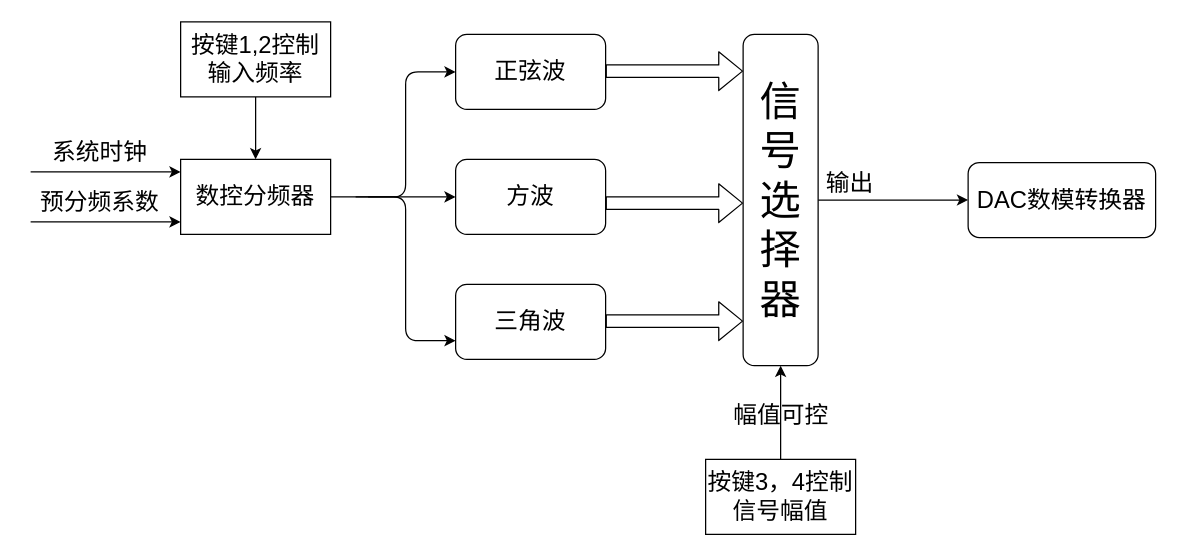
Above: 多功能信号发生器.drawio in 1668447214/flow_chart (draw.io), before the change. Source tidied: cells renumbered, new cells numbered last; positions are measured from the earlier drawing's top-left corner, leaving out a move shared by most shapes. Both pictures are drawn from the tidied source at 125%, with x=0, y=0 at pixel (30, 21).
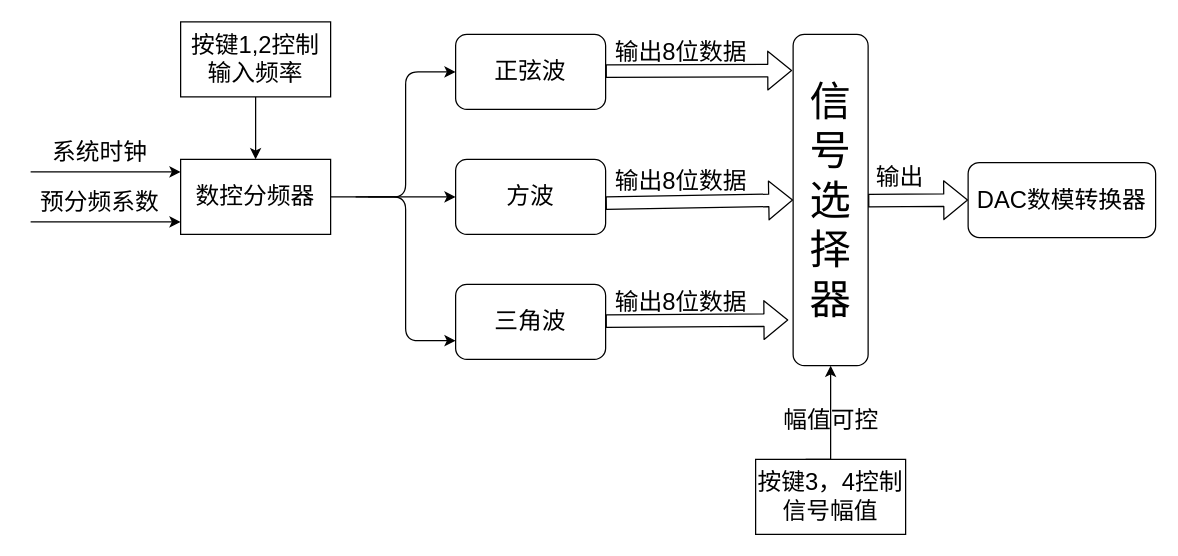
The same page after the edit.

Commit message (it also covers changes not shown here):
更新多功能信号发生器.drawio

Unchanged cells that the change refers to:
```xml
<mxCell id="19" value="DAC数模转换器" style="rounded=1;whiteSpace=wrap;html=1;fontSize=19;strokeWidth=1;" parent="1" vertex="1">
  <mxGeometry x="750" y="112.5" width="150" height="60" as="geometry" />
</mxCell>
```

The edit, as a diff of the source:
```diff
@@
-    <mxCell id="10" style="edgeStyle=orthogonalEdgeStyle;rounded=0;jettySize=auto;html=1;fontSize=19;strokeWidth=1;" parent="1" edge="1" source="11" target="18">
-      <mxGeometry relative="1" as="geometry" />
+    <mxCell id="10" style="edgeStyle=orthogonalEdgeStyle;rounded=0;jettySize=auto;html=1;fontSize=19;strokeWidth=1;" parent="1" edge="1" target="18">
+      <mxGeometry relative="1" as="geometry">
+        <mxPoint x="620" y="350" as="sourcePoint" />
+        <Array as="points">
+          <mxPoint x="640" y="350" />
+        </Array>
+      </mxGeometry>
     </mxCell>
     <mxCell id="11" value="按键3，4控制信号幅值" style="rounded=0;whiteSpace=wrap;html=1;strokeWidth=1;fontSize=19;" parent="1" vertex="1">
-      <mxGeometry x="540" y="350" width="120" height="60" as="geometry" />
+      <mxGeometry x="580" y="350" width="120" height="60" as="geometry" />
     </mxCell>
@@
-    <mxCell id="17" style="edgeStyle=orthogonalEdgeStyle;rounded=0;jettySize=auto;html=1;fontSize=19;strokeWidth=1;" parent="1" edge="1" source="18" target="19">
-      <mxGeometry relative="1" as="geometry" />
-    </mxCell>
     <mxCell id="18" value="&lt;font style=&quot;font-size: 33px&quot;&gt;信&lt;br&gt;号&lt;br&gt;选&lt;br&gt;择&lt;br&gt;器&lt;/font&gt;" style="rounded=1;whiteSpace=wrap;html=1;fontSize=19;strokeWidth=1;" parent="1" vertex="1">
-      <mxGeometry x="570" y="10" width="60" height="265" as="geometry" />
+      <mxGeometry x="610" y="10" width="60" height="265" as="geometry" />
     </mxCell>
@@
-    <mxCell id="20" value="输出" style="text;html=1;align=center;verticalAlign=middle;strokeColor=none;fillColor=none;fontSize=19;" parent="1" vertex="1">
-      <mxGeometry x="630" y="115" width="50" height="30" as="geometry" />
+    <mxCell id="20" value="输出8位数据" style="text;html=1;align=center;verticalAlign=middle;strokeColor=none;fillColor=none;fontSize=19;" parent="1" vertex="1">
+      <mxGeometry x="460" y="10" width="120" height="30" as="geometry" />
     </mxCell>
     <mxCell id="21" value="幅值可控" style="text;html=1;align=center;verticalAlign=middle;strokeColor=none;fillColor=none;fontSize=19;" parent="1" vertex="1">
-      <mxGeometry x="555" y="300" width="90" height="30" as="geometry" />
+      <mxGeometry x="595" y="304" width="90" height="30" as="geometry" />
     </mxCell>
-    <mxCell id="22" style="shape=flexArrow;endArrow=classic;html=1;fontSize=19;strokeWidth=1;" parent="1" edge="1">
+    <mxCell id="22" style="shape=flexArrow;endArrow=classic;html=1;fontSize=19;strokeWidth=1;entryX=-0.064;entryY=0.862;entryDx=0;entryDy=0;entryPerimeter=0;" parent="1" edge="1" target="18">
       <mxGeometry relative="1" as="geometry">
         <mxPoint x="460" y="239.4" as="sourcePoint" />
-        <mxPoint x="570" y="239.4" as="targetPoint" />
       </mxGeometry>
     </mxCell>
-    <mxCell id="23" style="shape=flexArrow;endArrow=classic;html=1;fontSize=19;strokeWidth=1;" parent="1" edge="1">
+    <mxCell id="23" style="shape=flexArrow;endArrow=classic;html=1;fontSize=19;strokeWidth=1;entryX=0;entryY=0.5;entryDx=0;entryDy=0;" parent="1" edge="1" target="18">
       <mxGeometry relative="1" as="geometry">
         <mxPoint x="460" y="145" as="sourcePoint" />
-        <mxPoint x="570" y="145" as="targetPoint" />
       </mxGeometry>
     </mxCell>
-    <mxCell id="24" style="shape=flexArrow;endArrow=classic;html=1;fontSize=19;strokeWidth=1;" parent="1" edge="1">
+    <mxCell id="24" style="shape=flexArrow;endArrow=classic;html=1;fontSize=19;strokeWidth=1;entryX=-0.013;entryY=0.109;entryDx=0;entryDy=0;entryPerimeter=0;" parent="1" edge="1" target="18">
       <mxGeometry relative="1" as="geometry">
         <mxPoint x="460" y="39.4" as="sourcePoint" />
-        <mxPoint x="570" y="39.4" as="targetPoint" />
       </mxGeometry>
     </mxCell>
+    <mxCell id="25" value="输出8位数据" style="text;html=1;align=center;verticalAlign=middle;strokeColor=none;fillColor=none;fontSize=19;" parent="1" vertex="1">
+      <mxGeometry x="460" y="112.5" width="120" height="30" as="geometry" />
+    </mxCell>
+    <mxCell id="26" value="输出8位数据" style="text;html=1;align=center;verticalAlign=middle;strokeColor=none;fillColor=none;fontSize=19;" parent="1" vertex="1">
+      <mxGeometry x="460" y="210" width="120" height="30" as="geometry" />
+    </mxCell>
+    <mxCell id="27" style="shape=flexArrow;endArrow=classic;html=1;fontSize=19;strokeWidth=1;entryX=0;entryY=0.5;entryDx=0;entryDy=0;" parent="1" edge="1" target="19">
+      <mxGeometry relative="1" as="geometry">
+        <mxPoint x="670" y="143" as="sourcePoint" />
+      </mxGeometry>
+    </mxCell>
+    <mxCell id="28" value="输出" style="text;html=1;align=center;verticalAlign=middle;strokeColor=none;fillColor=none;fontSize=19;" parent="1" vertex="1">
+      <mxGeometry x="670" y="110" width="50" height="30" as="geometry" />
+    </mxCell>
```
